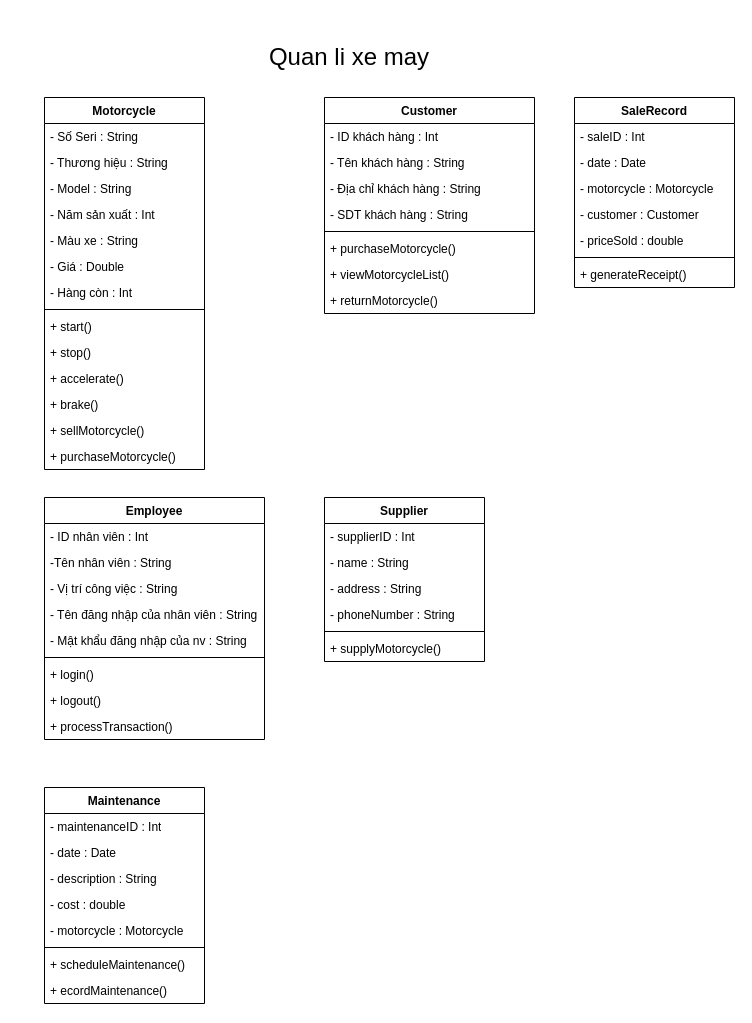
NguyenDuc0610/UML keeps this draw.io diagram as Biểu đồ không có tiêu đề.drawio. Above is the earlier version. Source tidied: cells renumbered, new cells numbered last; positions are measured from the earlier drawing's top-left corner, leaving out a move shared by most shapes. Both pictures are drawn from the tidied source at 100%, with x=0, y=0 at pixel (44, 17).
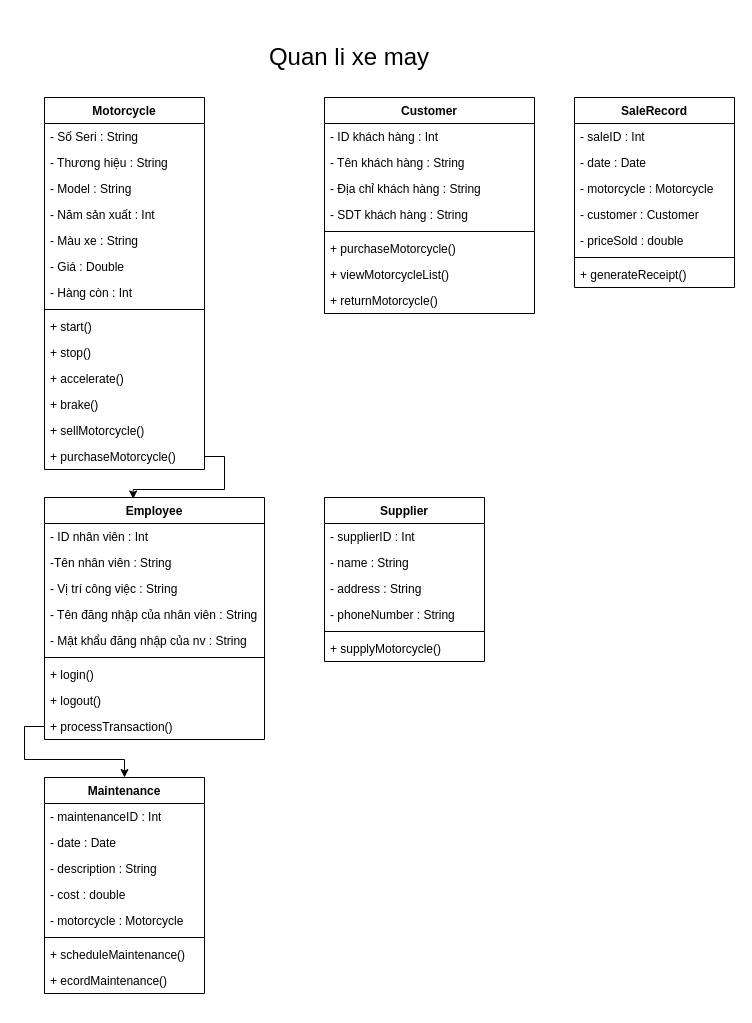
Above is the later version.

Commit message:
Cập nhật Biểu đồ không có tiêu đề.drawio

The change refers to these unchanged cells:
```xml
<mxCell id="17" value="+&amp;nbsp;purchaseMotorcycle()" style="text;strokeColor=none;fillColor=none;align=left;verticalAlign=top;spacingLeft=4;spacingRight=4;overflow=hidden;points=[[0,0.5],[1,0.5]];portConstraint=eastwest;whiteSpace=wrap;html=1;" parent="3" vertex="1">
  <mxGeometry y="346" width="160" height="26" as="geometry" />
</mxCell>
<mxCell id="27" value="Employee" style="swimlane;fontStyle=1;align=center;verticalAlign=top;horizontal=1;startSize=26;whiteSpace=wrap;html=1;" parent="1" vertex="1">
  <mxGeometry y="480" width="220" height="242" as="geometry" />
</mxCell>
<mxCell id="36" value="+ processTransaction()" style="text;strokeColor=none;fillColor=none;align=left;verticalAlign=top;spacingLeft=4;spacingRight=4;overflow=hidden;points=[[0,0.5],[1,0.5]];portConstraint=eastwest;whiteSpace=wrap;html=1;" parent="27" vertex="1">
  <mxGeometry y="216" width="220" height="26" as="geometry" />
</mxCell>
```

Diff of the diagram source:
```diff
@@
     <mxCell id="45" value="Maintenance" style="swimlane;fontStyle=1;align=center;verticalAlign=top;horizontal=1;startSize=26;whiteSpace=wrap;html=1;" parent="1" vertex="1">
-      <mxGeometry y="770" width="160" height="216" as="geometry" />
+      <mxGeometry y="760" width="160" height="216" as="geometry" />
     </mxCell>
@@
+    <mxCell id="61" style="edgeStyle=orthogonalEdgeStyle;rounded=0;jettySize=auto;html=1;entryX=0.403;entryY=0.006;entryDx=0;entryDy=0;entryPerimeter=0;" parent="1" edge="1" source="17" target="27">
+      <mxGeometry relative="1" as="geometry" />
+    </mxCell>
+    <mxCell id="62" style="edgeStyle=orthogonalEdgeStyle;rounded=0;jettySize=auto;html=1;entryX=0.5;entryY=0;entryDx=0;entryDy=0;" parent="1" edge="1" source="36" target="45">
+      <mxGeometry relative="1" as="geometry" />
+    </mxCell>
```
